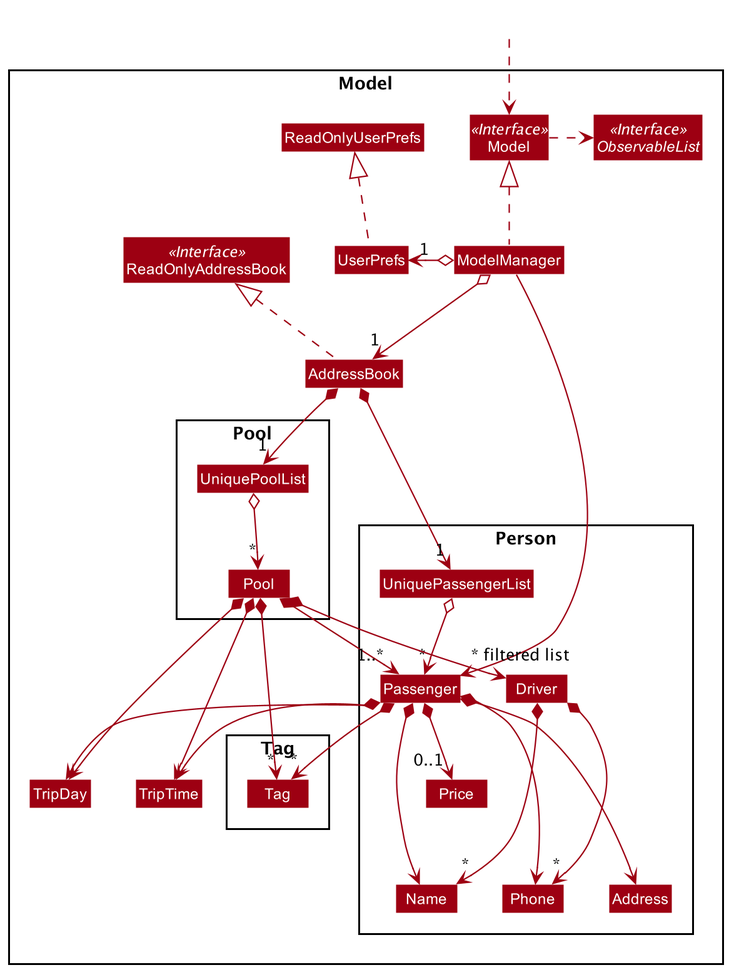
Before: docs/images/ModelClassDiagram.png, a diagram exported from PlantUML (nus-cs2103-AY2021S2/tp).
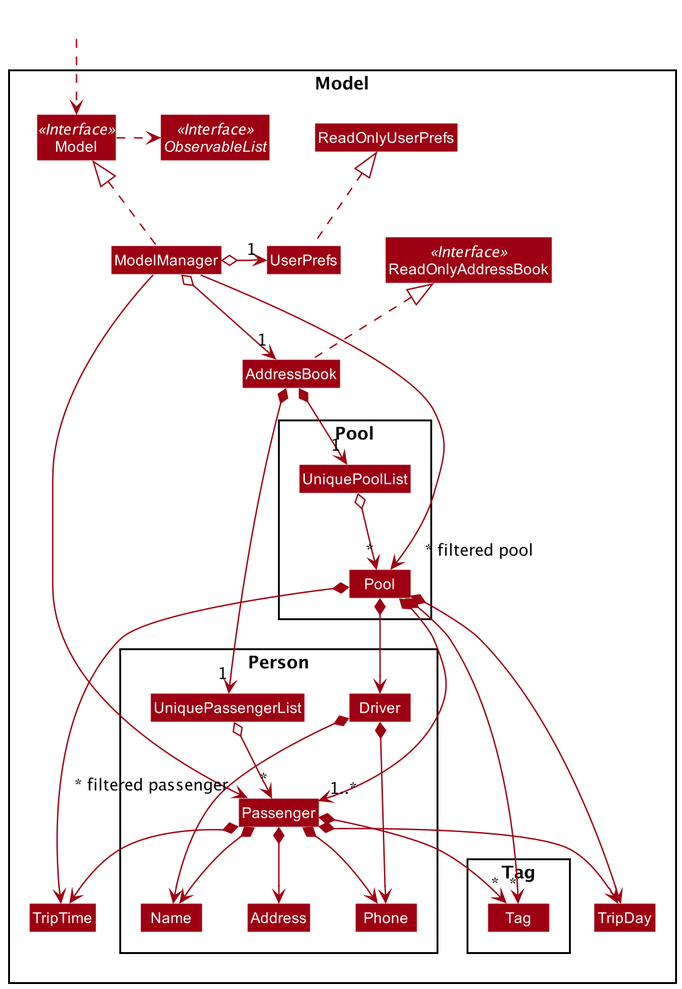
Above is the later version.

Commit message:
Make diagram more clearer, remove unused fields

What changed in the source:
```diff
@@ -21,7 +21,6 @@
 Class Name
 Class Phone
 Class UniquePassengerList
-Class Price
 Class Driver
 }
 
@@ -54,16 +53,15 @@
 AddressBook *--> "1" UniquePoolList
 
 UniquePassengerList o--> "*" Passenger
-Passenger *---> Name
+Passenger *--> Name
 Passenger *--> Phone
 Passenger *--> Address
 Passenger *--> TripDay
 Passenger *--> TripTime
-Passenger *--> "0..1" Price
 Passenger *--> "*" Tag
 
-Driver *--> "*" Name
-Driver *---> "*" Phone
+Driver *--> Name
+Driver *---> Phone
 
 UniquePoolList o--> "*" Pool
 Pool *--> Driver
@@ -75,5 +73,7 @@
 Name -[hidden]right-> Phone
 Phone -[hidden]right-> Address
 
-ModelManager ----->" ~* filtered list" Passenger
+ModelManager ---->" * filtered pool" Pool
+ModelManager ---->"~* filtered passenger" Passenger
+
 @enduml
```
